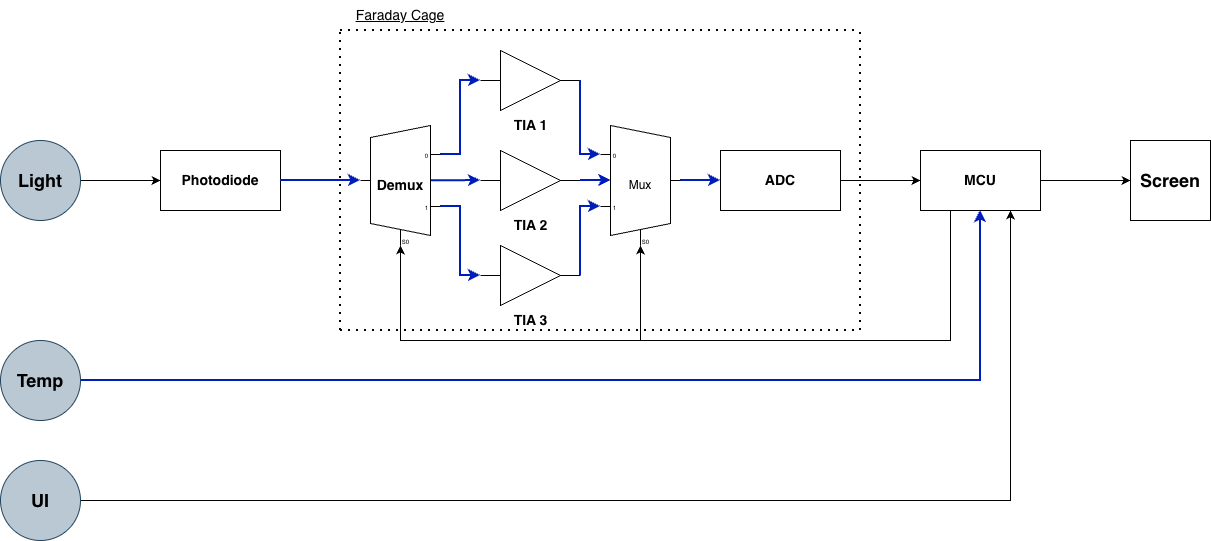
This is Block Diagram/opm-block-diagram.png from PerryXu1/optical-power-meter, a draw.io export, as it was before one commit. Source tidied: cells renumbered, new cells last; positions are measured from the earlier drawing's top-left corner, leaving out a move shared by most shapes.
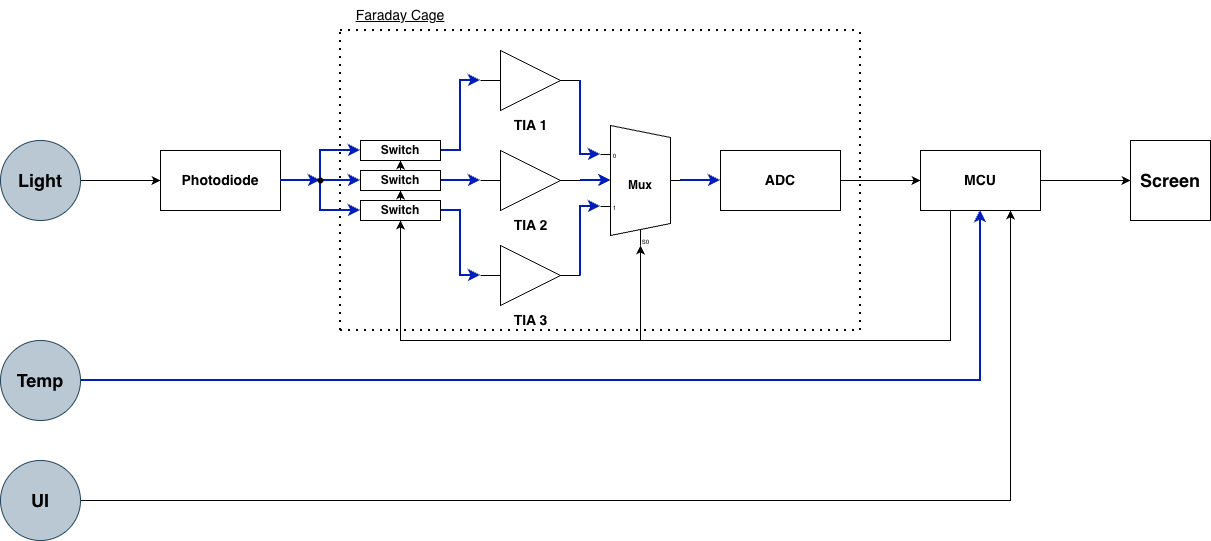
Above is the later version.

Commit message:
feat: change block diagram to use 3 separate switches instead of a demux to tie TIAs to ground

The edit, as a diff of the source:
```diff
@@ -11,21 +11,6 @@
     <mxCell id="4" value="&lt;font style=&quot;font-size: 18px;&quot;&gt;&lt;b&gt;Light&lt;/b&gt;&lt;/font&gt;" style="ellipse;whiteSpace=wrap;html=1;labelBackgroundColor=none;fillColor=#bac8d3;strokeColor=#23445d;" parent="1" vertex="1">
       <mxGeometry y="140" width="80" height="80" as="geometry" />
     </mxCell>
-    <mxCell id="5" style="edgeStyle=orthogonalEdgeStyle;rounded=0;jettySize=auto;html=1;exitX=0.88;exitY=0.46;exitDx=0;exitDy=0;exitPerimeter=0;entryX=0;entryY=0.5;entryDx=0;entryDy=0;fillColor=#0050ef;strokeColor=#001DBC;strokeWidth=2;" parent="1" edge="1" source="8" target="28">
-      <mxGeometry relative="1" as="geometry" />
-    </mxCell>
-    <mxCell id="6" style="edgeStyle=orthogonalEdgeStyle;rounded=0;jettySize=auto;html=1;exitX=1;exitY=0.21666666666666667;exitDx=0;exitDy=3;exitPerimeter=0;entryX=0;entryY=0.5;entryDx=0;entryDy=0;fillColor=#0050ef;strokeColor=#001DBC;strokeWidth=2;" parent="1" edge="1" source="8" target="10">
-      <mxGeometry relative="1" as="geometry" />
-    </mxCell>
-    <mxCell id="7" style="edgeStyle=orthogonalEdgeStyle;rounded=0;jettySize=auto;html=1;exitX=1;exitY=0.65;exitDx=0;exitDy=3;exitPerimeter=0;entryX=0;entryY=0.5;entryDx=0;entryDy=0;fillColor=#0050ef;strokeColor=#001DBC;startSize=6;endSize=6;strokeWidth=2;" parent="1" edge="1" source="8" target="11">
-      <mxGeometry relative="1" as="geometry" />
-    </mxCell>
-    <mxCell id="8" value="&lt;b&gt;&lt;font style=&quot;font-size: 14px;&quot;&gt;Demux&lt;/font&gt;&lt;/b&gt;" style="shadow=0;dashed=0;align=center;html=1;strokeWidth=1;shape=mxgraph.electrical.abstract.mux2;operation=demux;whiteSpace=wrap;points=[[0,0.4583333333333333,0,0,0],[0.375,1,0,10,0],[0.88,0.46,0,0,0],[1,0.21666666666666667,0,0,3],[1,0.65,0,0,3]];" parent="1" vertex="1">
-      <mxGeometry x="360" y="125" width="80" height="120" as="geometry" />
-    </mxCell>
-    <mxCell id="9" style="edgeStyle=orthogonalEdgeStyle;rounded=0;jettySize=auto;html=1;exitX=1;exitY=0.5;exitDx=0;exitDy=0;entryX=0;entryY=0.4583333333333333;entryDx=0;entryDy=0;entryPerimeter=0;fillColor=#0050ef;strokeColor=#001DBC;strokeWidth=2;" parent="1" edge="1" source="2" target="8">
-      <mxGeometry relative="1" as="geometry" />
-    </mxCell>
     <mxCell id="10" value="&lt;font style=&quot;font-size: 14px;&quot;&gt;&lt;b&gt;TIA 1&lt;/b&gt;&lt;/font&gt;&lt;div&gt;&lt;br&gt;&lt;/div&gt;" style="verticalLabelPosition=bottom;shadow=0;dashed=0;align=center;html=1;verticalAlign=top;shape=mxgraph.electrical.logic_gates.buffer2;" parent="1" vertex="1">
       <mxGeometry x="480" y="50" width="100" height="60" as="geometry" />
     </mxCell>
@@ -38,7 +23,7 @@
     <mxCell id="13" value="&lt;font style=&quot;font-size: 14px;&quot;&gt;&lt;b&gt;ADC&lt;/b&gt;&lt;/font&gt;" style="rounded=0;whiteSpace=wrap;html=1;" parent="1" vertex="1">
       <mxGeometry x="720" y="150" width="120" height="60" as="geometry" />
     </mxCell>
-    <mxCell id="14" style="edgeStyle=none;rounded=0;jettySize=auto;html=1;exitX=0.25;exitY=1;exitDx=0;exitDy=0;entryX=0.375;entryY=1;entryDx=10;entryDy=0;entryPerimeter=0;" parent="1" edge="1" source="17" target="8">
+    <mxCell id="14" style="edgeStyle=none;rounded=0;jettySize=auto;html=1;exitX=0.25;exitY=1;exitDx=0;exitDy=0;entryX=0.5;entryY=1;entryDx=0;entryDy=0;" parent="1" edge="1" source="17" target="41">
       <mxGeometry relative="1" as="geometry">
         <Array as="points">
           <mxPoint x="950" y="340" />
@@ -117,7 +102,7 @@
     <mxCell id="29" style="edgeStyle=orthogonalEdgeStyle;rounded=0;jettySize=auto;html=1;exitX=1;exitY=0.5;exitDx=0;exitDy=-5;exitPerimeter=0;entryX=0;entryY=0.5;entryDx=0;entryDy=0;fillColor=#0050ef;strokeColor=#001DBC;strokeWidth=2;" parent="1" edge="1" source="30" target="13">
       <mxGeometry relative="1" as="geometry" />
     </mxCell>
-    <mxCell id="30" value="Mux" style="shadow=0;dashed=0;align=center;html=1;strokeWidth=1;shape=mxgraph.electrical.abstract.mux2;whiteSpace=wrap;points=[[0,0.21666666666666667,0,0,3],[0,0.65,0,0,3],[0.13,0.46,0,0,0],[0.375,1,0,10,0],[1,0.5,0,0,-5]];" parent="1" vertex="1">
+    <mxCell id="30" value="&lt;b&gt;Mux&lt;/b&gt;" style="shadow=0;dashed=0;align=center;html=1;strokeWidth=1;shape=mxgraph.electrical.abstract.mux2;whiteSpace=wrap;points=[[0,0.21666666666666667,0,0,3],[0,0.65,0,0,3],[0.13,0.46,0,0,0],[0.375,1,0,10,0],[1,0.5,0,0,-5]];" parent="1" vertex="1">
       <mxGeometry x="600" y="125" width="80" height="120" as="geometry" />
     </mxCell>
     <mxCell id="31" style="edgeStyle=orthogonalEdgeStyle;rounded=0;jettySize=auto;html=1;exitX=1;exitY=0.5;exitDx=0;exitDy=0;entryX=0.13;entryY=0.46;entryDx=0;entryDy=0;entryPerimeter=0;fillColor=#0050ef;strokeColor=#001DBC;strokeWidth=2;" parent="1" edge="1" source="28" target="30">
@@ -137,5 +122,52 @@
         </Array>
       </mxGeometry>
     </mxCell>
+    <mxCell id="34" style="edgeStyle=orthogonalEdgeStyle;rounded=0;jettySize=auto;html=1;exitX=1;exitY=0.5;exitDx=0;exitDy=0;entryX=0;entryY=0.5;entryDx=0;entryDy=0;fillColor=#0050ef;strokeColor=#001DBC;strokeWidth=2;" parent="1" edge="1" source="35" target="10">
+      <mxGeometry relative="1" as="geometry" />
+    </mxCell>
+    <mxCell id="35" value="&lt;b&gt;Switch&lt;/b&gt;" style="rounded=0;whiteSpace=wrap;html=1;" parent="1" vertex="1">
+      <mxGeometry x="360" y="140" width="80" height="20" as="geometry" />
+    </mxCell>
+    <mxCell id="36" style="edgeStyle=orthogonalEdgeStyle;rounded=0;jettySize=auto;html=1;entryX=0;entryY=0.5;entryDx=0;entryDy=0;fillColor=#0050ef;strokeColor=#001DBC;strokeWidth=2;" parent="1" edge="1" source="38" target="28">
+      <mxGeometry relative="1" as="geometry" />
+    </mxCell>
+    <mxCell id="37" style="edgeStyle=orthogonalEdgeStyle;rounded=0;jettySize=auto;html=1;exitX=0.5;exitY=0;exitDx=0;exitDy=0;entryX=0.5;entryY=1;entryDx=0;entryDy=0;" parent="1" edge="1" source="38" target="35">
+      <mxGeometry relative="1" as="geometry" />
+    </mxCell>
+    <mxCell id="38" value="&lt;b&gt;Switch&lt;/b&gt;" style="rounded=0;whiteSpace=wrap;html=1;" parent="1" vertex="1">
+      <mxGeometry x="360" y="170" width="80" height="20" as="geometry" />
+    </mxCell>
+    <mxCell id="39" style="edgeStyle=orthogonalEdgeStyle;rounded=0;jettySize=auto;html=1;entryX=0;entryY=0.5;entryDx=0;entryDy=0;fillColor=#0050ef;strokeColor=#001DBC;strokeWidth=2;" parent="1" edge="1" source="41" target="11">
+      <mxGeometry relative="1" as="geometry" />
+    </mxCell>
+    <mxCell id="40" style="edgeStyle=orthogonalEdgeStyle;rounded=0;jettySize=auto;html=1;exitX=0.5;exitY=0;exitDx=0;exitDy=0;entryX=0.5;entryY=1;entryDx=0;entryDy=0;" parent="1" edge="1" source="41" target="38">
+      <mxGeometry relative="1" as="geometry" />
+    </mxCell>
+    <mxCell id="41" value="&lt;b&gt;Switch&lt;/b&gt;" style="rounded=0;whiteSpace=wrap;html=1;" parent="1" vertex="1">
+      <mxGeometry x="360" y="200" width="80" height="20" as="geometry" />
+    </mxCell>
+    <mxCell id="42" style="edgeStyle=orthogonalEdgeStyle;rounded=0;jettySize=auto;html=1;entryDx=0;entryDy=0;fillColor=#0050ef;strokeColor=#001DBC;strokeWidth=2;" parent="1" edge="1" source="2" target="46">
+      <mxGeometry relative="1" as="geometry" />
+    </mxCell>
+    <mxCell id="43" style="edgeStyle=orthogonalEdgeStyle;rounded=0;jettySize=auto;html=1;entryX=0;entryY=0.5;entryDx=0;entryDy=0;fillColor=#0050ef;strokeColor=#001DBC;strokeWidth=2;" parent="1" edge="1" source="46" target="35">
+      <mxGeometry relative="1" as="geometry">
+        <Array as="points">
+          <mxPoint x="320" y="150" />
+        </Array>
+      </mxGeometry>
+    </mxCell>
+    <mxCell id="44" style="edgeStyle=orthogonalEdgeStyle;rounded=0;jettySize=auto;html=1;fillColor=#0050ef;strokeColor=#001DBC;strokeWidth=2;" parent="1" edge="1" source="46" target="38">
+      <mxGeometry relative="1" as="geometry" />
+    </mxCell>
+    <mxCell id="45" style="edgeStyle=orthogonalEdgeStyle;rounded=0;jettySize=auto;html=1;entryX=0;entryY=0.5;entryDx=0;entryDy=0;fillColor=#0050ef;strokeColor=#001DBC;strokeWidth=2;" parent="1" edge="1" source="46" target="41">
+      <mxGeometry relative="1" as="geometry">
+        <Array as="points">
+          <mxPoint x="320" y="210" />
+        </Array>
+      </mxGeometry>
+    </mxCell>
+    <mxCell id="46" style="shape=waypoint;sketch=0;fillStyle=solid;size=6;points=[];fillColor=none;perimeter=centerPerimeter;snapToPoint=1;" parent="1" vertex="1">
+      <mxGeometry x="310" y="170" width="20" height="20" as="geometry" />
+    </mxCell>
   </root>
 </mxGraphModel>
```
